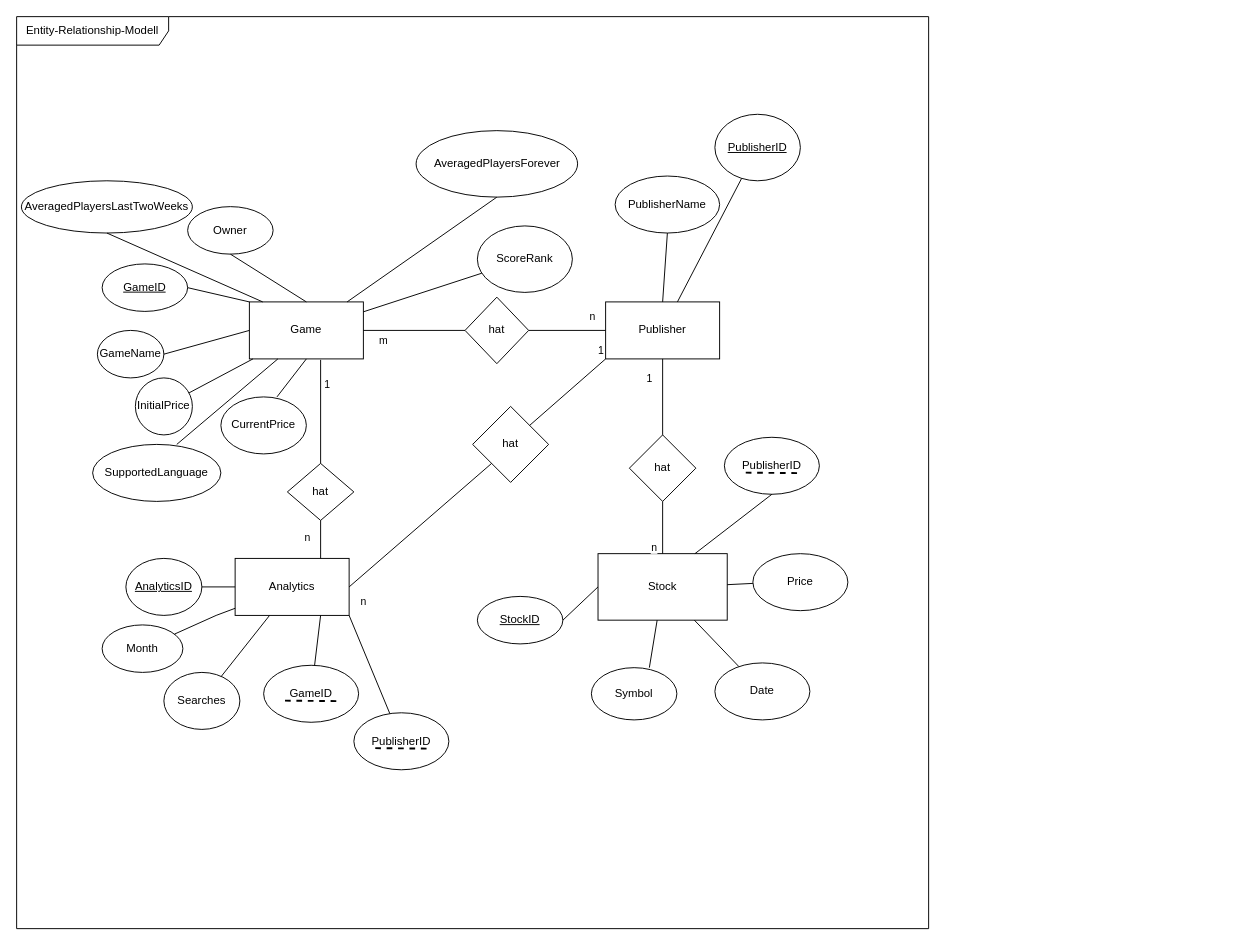
Noah250201/Simulationsprojekt keeps this draw.io diagram as ERModel.drawio. Above is the earlier version. Source tidied: cells renumbered, new cells numbered last; positions are measured from the earlier drawing's top-left corner, leaving out a move shared by most shapes. Both pictures are drawn from the tidied source at 95%, with x=0, y=0 at pixel (16, 16).
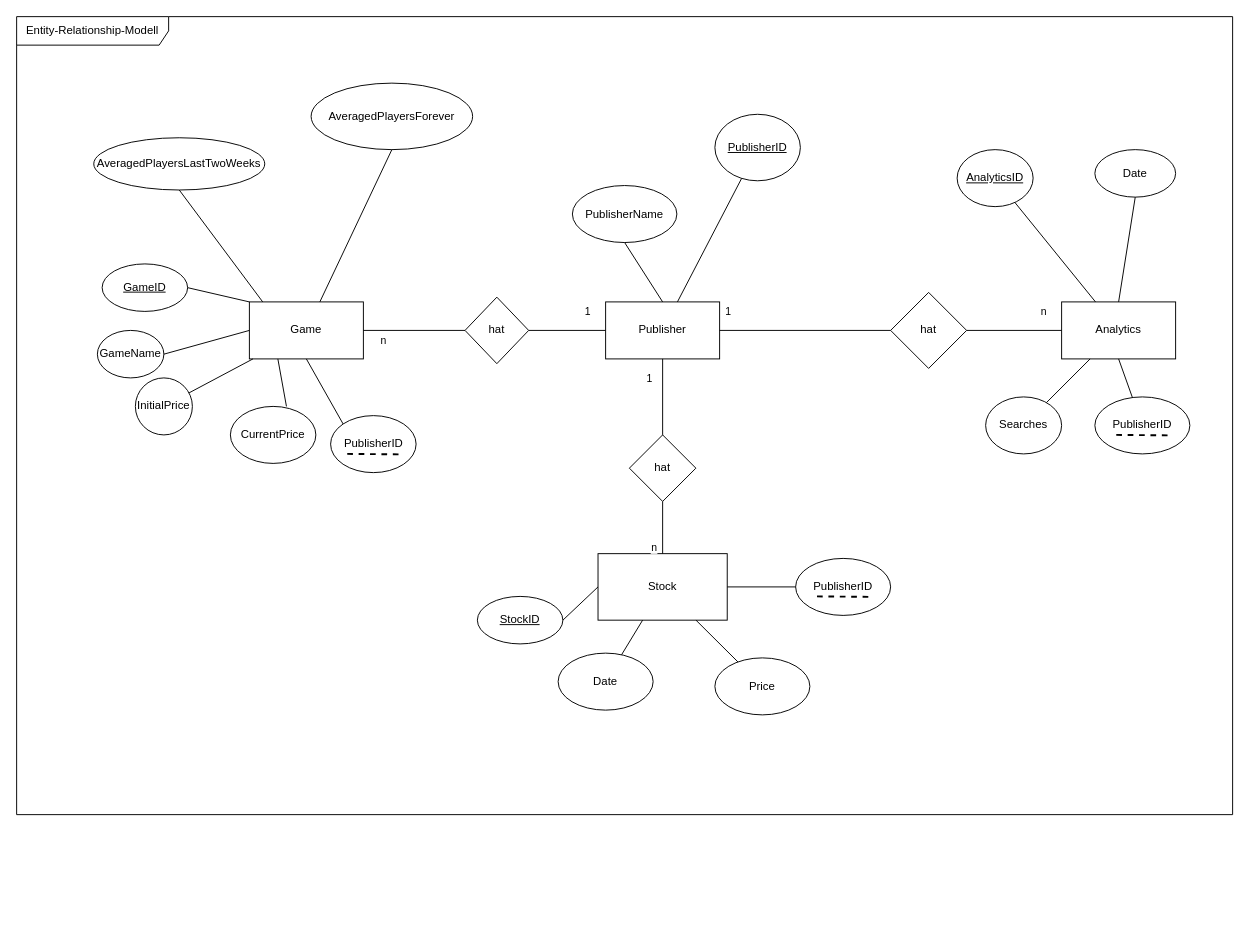
Above is the later version.

Unchanged cells that the change refers to:
```xml
<mxCell id="3" value="Game" style="rounded=0;whiteSpace=wrap;html=1;" parent="2" vertex="1">
  <mxGeometry x="245" y="300.3" width="120" height="60" as="geometry" />
</mxCell>
<mxCell id="17" value="Publisher" style="rounded=0;whiteSpace=wrap;html=1;" parent="2" vertex="1">
  <mxGeometry x="620" y="300.3" width="120" height="60" as="geometry" />
</mxCell>
<mxCell id="19" style="endArrow=none;html=1;rounded=0;entryX=0;entryY=0.5;entryDx=0;entryDy=0;exitX=1;exitY=0.5;exitDx=0;exitDy=0;" parent="2" edge="1" source="3" target="18">
  <mxGeometry relative="1" as="geometry" />
</mxCell>
<mxCell id="21" style="endArrow=none;html=1;rounded=0;entryX=0;entryY=0.5;entryDx=0;entryDy=0;exitX=1;exitY=0.5;exitDx=0;exitDy=0;" parent="2" edge="1" source="18" target="17">
  <mxGeometry relative="1" as="geometry" />
</mxCell>
<mxCell id="27" value="Stock" style="rounded=0;whiteSpace=wrap;html=1;" parent="2" vertex="1">
  <mxGeometry x="612" y="565.3" width="136" height="70" as="geometry" />
</mxCell>
```

What changed in the source:
```diff
@@
     <mxCell id="2" value="Entity-Relationship-Modell" style="shape=umlFrame;whiteSpace=wrap;html=1;width=160;" parent="1" vertex="1">
-      <mxGeometry width="960" height="960" as="geometry" />
+      <mxGeometry width="1280" height="840" as="geometry" />
     </mxCell>
@@
-    <mxCell id="8" value="CurrentPrice" style="ellipse;whiteSpace=wrap;html=1;" parent="2" vertex="1">
-      <mxGeometry x="215" y="400.3" width="90" height="60" as="geometry" />
+    <mxCell id="8" value="PublisherID" style="ellipse;whiteSpace=wrap;html=1;" parent="2" vertex="1">
+      <mxGeometry x="330.5" y="420" width="90" height="60" as="geometry" />
     </mxCell>
@@
-    <mxCell id="11" style="endArrow=none;html=1;rounded=0;exitX=0.5;exitY=1;exitDx=0;exitDy=0;entryX=0.656;entryY=0;entryDx=0;entryDy=0;entryPerimeter=0;" parent="2" edge="1" source="3" target="8">
+    <mxCell id="11" style="endArrow=none;html=1;rounded=0;exitX=0.5;exitY=1;exitDx=0;exitDy=0;entryX=0;entryY=0;entryDx=0;entryDy=0;" parent="2" edge="1" source="3" target="8">
       <mxGeometry relative="1" as="geometry" />
     </mxCell>
-    <mxCell id="12" value="Owner" style="ellipse;whiteSpace=wrap;html=1;" parent="2" vertex="1">
-      <mxGeometry x="180" y="200" width="90" height="50" as="geometry" />
-    </mxCell>
     <mxCell id="13" value="AveragedPlayersForever" style="ellipse;whiteSpace=wrap;html=1;" parent="2" vertex="1">
-      <mxGeometry x="420.5" y="120" width="170" height="70" as="geometry" />
+      <mxGeometry x="310" y="70" width="170" height="70" as="geometry" />
     </mxCell>
     <mxCell id="14" value="AveragedPlayersLastTwoWeeks" style="ellipse;whiteSpace=wrap;html=1;" parent="2" vertex="1">
-      <mxGeometry x="5" y="172.8" width="180" height="55" as="geometry" />
+      <mxGeometry x="81.2" y="127.5" width="180" height="55" as="geometry" />
     </mxCell>
-    <mxCell id="15" style="endArrow=none;html=1;rounded=0;entryX=0.5;entryY=0;entryDx=0;entryDy=0;exitX=0.5;exitY=1;exitDx=0;exitDy=0;" parent="2" edge="1" source="12" target="3">
-      <mxGeometry relative="1" as="geometry" />
-    </mxCell>
@@
-    <mxCell id="20" value="m" style="edgeLabel;html=1;align=center;verticalAlign=middle;" parent="19" vertex="1">
+    <mxCell id="20" value="n" style="edgeLabel;html=1;align=center;verticalAlign=middle;" parent="19" vertex="1">
       <mxGeometry x="-0.03" y="-4" relative="1" as="geometry">
         <mxPoint x="-32" y="6" as="offset" />
       </mxGeometry>
     </mxCell>
@@
-    <mxCell id="22" value="n" style="edgeLabel;html=1;align=center;verticalAlign=middle;" parent="21" vertex="1">
+    <mxCell id="22" value="1" style="edgeLabel;html=1;align=center;verticalAlign=middle;" parent="21" vertex="1">
       <mxGeometry x="-0.02" relative="1" as="geometry">
-        <mxPoint x="26" y="-15" as="offset" />
+        <mxPoint x="21" y="-20" as="offset" />
       </mxGeometry>
     </mxCell>
@@
-    <mxCell id="25" value="ScoreRank" style="ellipse;whiteSpace=wrap;html=1;" parent="2" vertex="1">
-      <mxGeometry x="485" y="220.3" width="100" height="70" as="geometry" />
-    </mxCell>
-    <mxCell id="26" style="endArrow=none;html=1;rounded=0;" parent="2" edge="1" source="3" target="25">
-      <mxGeometry relative="1" as="geometry" />
-    </mxCell>
@@
     <mxCell id="28" value="Date" style="ellipse;whiteSpace=wrap;html=1;" parent="2" vertex="1">
-      <mxGeometry x="735" y="680.3" width="100" height="60" as="geometry" />
+      <mxGeometry x="570" y="670" width="100" height="60" as="geometry" />
     </mxCell>
     <mxCell id="29" value="Price" style="ellipse;whiteSpace=wrap;html=1;" parent="2" vertex="1">
-      <mxGeometry x="775" y="565.3" width="100" height="60" as="geometry" />
+      <mxGeometry x="735" y="675" width="100" height="60" as="geometry" />
     </mxCell>
@@
-    <mxCell id="37" value="Symbol" style="ellipse;whiteSpace=wrap;html=1;" parent="2" vertex="1">
-      <mxGeometry x="605" y="685.3" width="90" height="55" as="geometry" />
-    </mxCell>
-    <mxCell id="38" style="endArrow=none;html=1;rounded=0;exitX=0.678;exitY=0;exitDx=0;exitDy=0;exitPerimeter=0;" parent="2" edge="1" source="37" target="27">
-      <mxGeometry relative="1" as="geometry" />
-    </mxCell>
     <mxCell id="39" value="Analytics" style="rounded=0;whiteSpace=wrap;html=1;" parent="2" vertex="1">
-      <mxGeometry x="230" y="570.3" width="120" height="60" as="geometry" />
+      <mxGeometry x="1100" y="300.3" width="120" height="60" as="geometry" />
     </mxCell>
-    <mxCell id="40" value="Month" style="ellipse;whiteSpace=wrap;html=1;" parent="2" vertex="1">
-      <mxGeometry x="90" y="640.3" width="85" height="50" as="geometry" />
+    <mxCell id="40" value="Date" style="ellipse;whiteSpace=wrap;html=1;" parent="2" vertex="1">
+      <mxGeometry x="1135" y="140" width="85" height="50" as="geometry" />
     </mxCell>
     <mxCell id="41" value="&lt;u&gt;AnalyticsID&lt;/u&gt;" style="ellipse;whiteSpace=wrap;html=1;" parent="2" vertex="1">
-      <mxGeometry x="115" y="570.3" width="80" height="60" as="geometry" />
+      <mxGeometry x="990" y="140" width="80" height="60" as="geometry" />
     </mxCell>
     <mxCell id="42" value="Searches" style="ellipse;whiteSpace=wrap;html=1;" parent="2" vertex="1">
-      <mxGeometry x="155" y="690.3" width="80" height="60" as="geometry" />
+      <mxGeometry x="1020" y="400.3" width="80" height="60" as="geometry" />
     </mxCell>
@@
-    <mxCell id="44" style="endArrow=none;html=1;rounded=0;" parent="2" edge="1" source="39" target="40">
-      <mxGeometry relative="1" as="geometry">
-        <Array as="points">
-          <mxPoint x="210" y="630.3" />
-        </Array>
-      </mxGeometry>
-    </mxCell>
@@
-    <mxCell id="46" value="hat" style="rhombus;whiteSpace=wrap;html=1;" parent="2" vertex="1">
-      <mxGeometry x="285" y="470.3" width="70" height="60" as="geometry" />
-    </mxCell>
-    <mxCell id="47" style="endArrow=none;html=1;rounded=0;entryX=0.5;entryY=1;entryDx=0;entryDy=0;exitX=0.75;exitY=0;exitDx=0;exitDy=0;" parent="2" edge="1" source="39" target="46">
-      <mxGeometry relative="1" as="geometry" />
-    </mxCell>
-    <mxCell id="48" value="n&lt;div&gt;&lt;br&gt;&lt;/div&gt;" style="edgeLabel;html=1;align=center;verticalAlign=middle;" parent="47" vertex="1">
-      <mxGeometry x="-0.16" y="2" relative="1" as="geometry">
-        <mxPoint x="-13" y="1" as="offset" />
-      </mxGeometry>
-    </mxCell>
-    <mxCell id="49" style="endArrow=none;html=1;rounded=0;" parent="2" edge="1" target="46">
-      <mxGeometry relative="1" as="geometry">
-        <mxPoint x="320" y="361.3" as="sourcePoint" />
-      </mxGeometry>
-    </mxCell>
-    <mxCell id="50" value="&lt;div&gt;1&lt;/div&gt;" style="edgeLabel;html=1;align=center;verticalAlign=middle;" parent="49" vertex="1">
-      <mxGeometry x="0.1" y="-1" relative="1" as="geometry">
-        <mxPoint x="7" y="-35" as="offset" />
-      </mxGeometry>
-    </mxCell>
     <mxCell id="51" value="hat" style="rhombus;whiteSpace=wrap;html=1;" parent="2" vertex="1">
-      <mxGeometry x="480" y="410.3" width="80" height="80" as="geometry" />
+      <mxGeometry x="920" y="290.3" width="80" height="80" as="geometry" />
     </mxCell>
-    <mxCell id="52" style="endArrow=none;html=1;rounded=0;entryX=0;entryY=1;entryDx=0;entryDy=0;exitX=1;exitY=0.5;exitDx=0;exitDy=0;" parent="2" edge="1" source="39" target="51">
+    <mxCell id="52" style="endArrow=none;html=1;rounded=0;entryX=1;entryY=0.5;entryDx=0;entryDy=0;exitX=0;exitY=0.5;exitDx=0;exitDy=0;" parent="2" edge="1" source="39" target="51">
       <mxGeometry relative="1" as="geometry" />
     </mxCell>
     <mxCell id="53" value="n" style="edgeLabel;html=1;align=center;verticalAlign=middle;" parent="52" vertex="1">
       <mxGeometry x="-0.22" y="1" relative="1" as="geometry">
-        <mxPoint x="-43" y="66" as="offset" />
+        <mxPoint x="19" y="-21" as="offset" />
       </mxGeometry>
     </mxCell>
-    <mxCell id="54" style="endArrow=none;html=1;rounded=0;entryX=0;entryY=1;entryDx=0;entryDy=0;exitX=1;exitY=0;exitDx=0;exitDy=0;" parent="2" edge="1" source="51" target="17">
+    <mxCell id="54" style="endArrow=none;html=1;rounded=0;entryX=1;entryY=0.5;entryDx=0;entryDy=0;exitX=0;exitY=0.5;exitDx=0;exitDy=0;" parent="2" edge="1" source="51" target="17">
       <mxGeometry relative="1" as="geometry" />
     </mxCell>
     <mxCell id="55" value="1" style="edgeLabel;html=1;align=center;verticalAlign=middle;" parent="54" vertex="1">
       <mxGeometry x="0.09" y="1" relative="1" as="geometry">
-        <mxPoint x="32" y="-40" as="offset" />
+        <mxPoint x="-74" y="-21" as="offset" />
       </mxGeometry>
     </mxCell>
@@
     <mxCell id="58" value="PublisherName" style="ellipse;whiteSpace=wrap;html=1;" parent="2" vertex="1">
-      <mxGeometry x="630" y="167.8" width="110" height="60" as="geometry" />
+      <mxGeometry x="585" y="177.8" width="110" height="60" as="geometry" />
     </mxCell>
@@
-    <mxCell id="61" value="GameID" style="ellipse;whiteSpace=wrap;html=1;" parent="2" vertex="1">
-      <mxGeometry x="260" y="682.8" width="100" height="60" as="geometry" />
-    </mxCell>
-    <mxCell id="62" style="endArrow=none;html=1;rounded=0;dashed=1;strokeWidth=2;" parent="2" edge="1">
-      <mxGeometry relative="1" as="geometry">
-        <mxPoint x="282.5" y="720" as="sourcePoint" />
-        <mxPoint x="337.5" y="720.5" as="targetPoint" />
-      </mxGeometry>
-    </mxCell>
-    <mxCell id="63" style="html=1;whiteSpace=wrap;align=right;verticalAlign=bottom;" parent="62" vertex="1">
-      <mxGeometry x="1" relative="1" as="geometry" />
-    </mxCell>
-    <mxCell id="64" style="endArrow=none;html=1;rounded=0;entryX=0.75;entryY=1;entryDx=0;entryDy=0;" parent="2" edge="1" source="61" target="39">
-      <mxGeometry relative="1" as="geometry" />
-    </mxCell>
     <mxCell id="65" value="PublisherID" style="ellipse;whiteSpace=wrap;html=1;" parent="2" vertex="1">
-      <mxGeometry x="355" y="732.8" width="100" height="60" as="geometry" />
+      <mxGeometry x="1135" y="400.3" width="100" height="60" as="geometry" />
     </mxCell>
     <mxCell id="66" style="endArrow=none;html=1;rounded=0;dashed=1;strokeWidth=2;" parent="2" edge="1">
       <mxGeometry relative="1" as="geometry">
-        <mxPoint x="377.5" y="770" as="sourcePoint" />
-        <mxPoint x="432.5" y="770.5" as="targetPoint" />
+        <mxPoint x="1157.5" y="440.3" as="sourcePoint" />
+        <mxPoint x="1212.5" y="440.8" as="targetPoint" />
       </mxGeometry>
     </mxCell>
@@
-    <mxCell id="68" style="endArrow=none;html=1;rounded=0;entryX=1;entryY=1;entryDx=0;entryDy=0;" parent="2" edge="1" source="65" target="39">
+    <mxCell id="68" style="endArrow=none;html=1;rounded=0;entryX=0.5;entryY=1;entryDx=0;entryDy=0;" parent="2" edge="1" source="65" target="39">
       <mxGeometry relative="1" as="geometry" />
     </mxCell>
-    <mxCell id="69" value="SupportedLanguage" style="ellipse;whiteSpace=wrap;html=1;" parent="2" vertex="1">
-      <mxGeometry x="80" y="450.3" width="135" height="60" as="geometry" />
-    </mxCell>
-    <mxCell id="70" style="endArrow=none;html=1;rounded=0;exitX=0.25;exitY=1;exitDx=0;exitDy=0;entryX=0.656;entryY=0;entryDx=0;entryDy=0;entryPerimeter=0;" parent="2" edge="1" source="3" target="69">
-      <mxGeometry relative="1" as="geometry" />
-    </mxCell>
     <mxCell id="71" value="PublisherID" style="ellipse;whiteSpace=wrap;html=1;" parent="2" vertex="1">
-      <mxGeometry x="745" y="442.8" width="100" height="60" as="geometry" />
+      <mxGeometry x="820" y="570.3" width="100" height="60" as="geometry" />
     </mxCell>
     <mxCell id="72" style="endArrow=none;html=1;rounded=0;dashed=1;strokeWidth=2;" parent="2" edge="1">
       <mxGeometry relative="1" as="geometry">
-        <mxPoint x="767.5" y="480" as="sourcePoint" />
-        <mxPoint x="822.5" y="480.5" as="targetPoint" />
+        <mxPoint x="842.5" y="610.3" as="sourcePoint" />
+        <mxPoint x="897.5" y="610.8" as="targetPoint" />
       </mxGeometry>
     </mxCell>
@@
-    <mxCell id="74" style="endArrow=none;html=1;rounded=0;entryX=0.75;entryY=0;entryDx=0;entryDy=0;exitX=0.5;exitY=1;exitDx=0;exitDy=0;" parent="2" edge="1" source="71" target="27">
+    <mxCell id="74" style="endArrow=none;html=1;rounded=0;entryX=1;entryY=0.5;entryDx=0;entryDy=0;exitX=0;exitY=0.5;exitDx=0;exitDy=0;" parent="2" edge="1" source="71" target="27">
       <mxGeometry relative="1" as="geometry" />
     </mxCell>
@@
+    <mxCell id="44" style="endArrow=none;html=1;rounded=0;entryX=0.5;entryY=1;entryDx=0;entryDy=0;exitX=0.5;exitY=0;exitDx=0;exitDy=0;" parent="2" edge="1" source="39" target="40">
+      <mxGeometry relative="1" as="geometry" />
+    </mxCell>
+    <mxCell id="76" style="endArrow=none;html=1;rounded=0;dashed=1;strokeWidth=2;" parent="2" edge="1">
+      <mxGeometry relative="1" as="geometry">
+        <mxPoint x="348" y="460.3" as="sourcePoint" />
+        <mxPoint x="403" y="460.8" as="targetPoint" />
+      </mxGeometry>
+    </mxCell>
+    <mxCell id="77" style="html=1;whiteSpace=wrap;align=right;verticalAlign=bottom;" parent="76" vertex="1">
+      <mxGeometry x="1" relative="1" as="geometry" />
+    </mxCell>
+    <mxCell id="78" value="CurrentPrice" style="ellipse;whiteSpace=wrap;html=1;" parent="1" vertex="1">
+      <mxGeometry x="225" y="410.3" width="90" height="60" as="geometry" />
+    </mxCell>
+    <mxCell id="79" style="endArrow=none;html=1;rounded=0;exitX=0.25;exitY=1;exitDx=0;exitDy=0;entryX=0.656;entryY=0;entryDx=0;entryDy=0;entryPerimeter=0;" parent="1" edge="1" source="3" target="78">
+      <mxGeometry relative="1" as="geometry" />
+    </mxCell>
```
